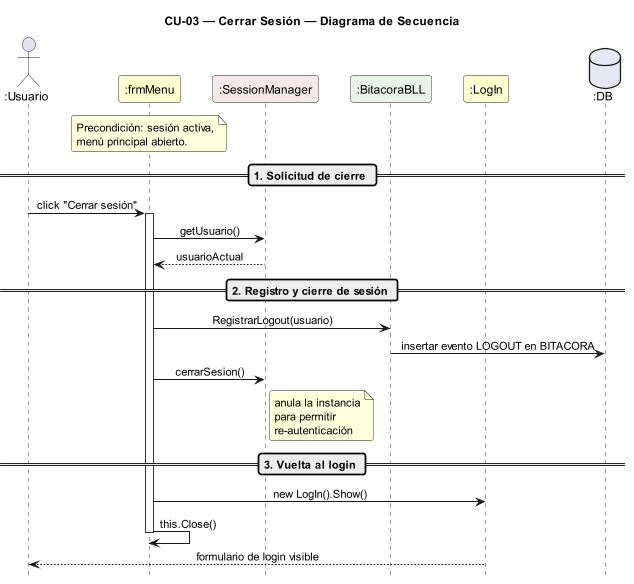
The PlantUML diagram DIAGRAMAS/DiagramaSecuencia_CU03_CerrarSesion.png in Urrels/ingenieria_software, before a commit. The source it was exported from:
```plantuml
@startuml DiagramaSecuencia_CU03_CerrarSesion

title CU-03 — Cerrar Sesión — Diagrama de Secuencia

skinparam shadowing false
skinparam roundcorner 6
skinparam sequenceArrowThickness 1.2
skinparam ParticipantPadding 14
skinparam sequenceMessageAlign center
hide footbox
scale 0.85

actor       ":Usuario"        as U
participant ":frmMenu"        as FM #FEFECE
participant ":SessionManager" as SM #F4E8E8
participant ":BitacoraBLL"    as BB #E8F4E8
participant ":LogIn"          as L  #FEFECE
database    ":DB"             as DB #E8E8F4

note over FM
  Precondición: sesión activa,
  menú principal abierto.
end note

== 1. Solicitud de cierre ==

U -> FM : click "Cerrar sesión"
activate FM

FM -> SM : getUsuario()
SM --> FM : usuarioActual

== 2. Registro y cierre de sesión ==

FM -> BB : RegistrarLogout(usuario)
BB -> DB : insertar evento LOGOUT en BITACORA

FM -> SM : cerrarSesion()
note right of SM
  anula la instancia
  para permitir
  re-autenticación
end note

== 3. Vuelta al login ==

FM -> L : new LogIn().Show()
FM -> FM : this.Close()
deactivate FM

L --> U : formulario de login visible

@enduml
```
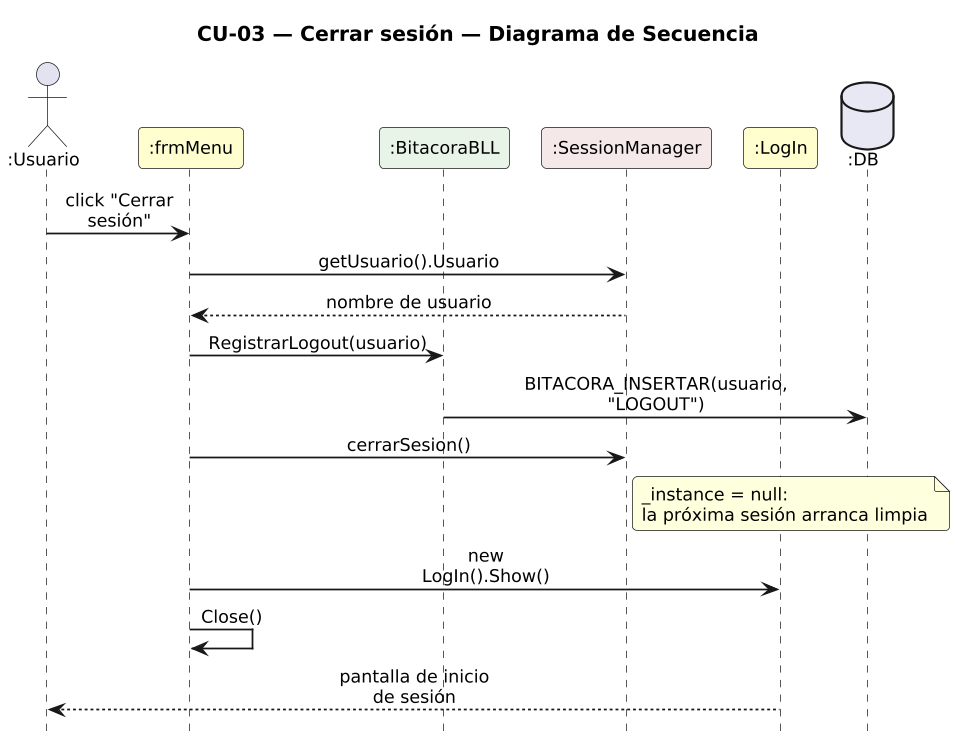
After the change.

Diff of the diagram source:
```diff
@@ -1,53 +1,34 @@
 @startuml DiagramaSecuencia_CU03_CerrarSesion
 
-title CU-03 — Cerrar Sesión — Diagrama de Secuencia
+title CU-03 — Cerrar sesión — Diagrama de Secuencia
 
 skinparam shadowing false
 skinparam roundcorner 6
 skinparam sequenceArrowThickness 1.2
-skinparam ParticipantPadding 14
+skinparam ParticipantPadding 6
+skinparam BoxPadding 4
+skinparam maxMessageSize 115
 skinparam sequenceMessageAlign center
+skinparam defaultFontSize 12
+skinparam dpi 140
 hide footbox
-scale 0.85
 
-actor       ":Usuario"        as U
-participant ":frmMenu"        as FM #FEFECE
-participant ":SessionManager" as SM #F4E8E8
-participant ":BitacoraBLL"    as BB #E8F4E8
-participant ":LogIn"          as L  #FEFECE
-database    ":DB"             as DB #E8E8F4
+actor ":Usuario" as U
+participant ":frmMenu" as M #FEFECE
+participant ":BitacoraBLL" as B #E8F4E8
+participant ":SessionManager" as S #F4E8E8
+participant ":LogIn" as L #FEFECE
+database ":DB" as DB #E8E8F4
 
-note over FM
-  Precondición: sesión activa,
-  menú principal abierto.
-end note
-
-== 1. Solicitud de cierre ==
-
-U -> FM : click "Cerrar sesión"
-activate FM
-
-FM -> SM : getUsuario()
-SM --> FM : usuarioActual
-
-== 2. Registro y cierre de sesión ==
-
-FM -> BB : RegistrarLogout(usuario)
-BB -> DB : insertar evento LOGOUT en BITACORA
-
-FM -> SM : cerrarSesion()
-note right of SM
-  anula la instancia
-  para permitir
-  re-autenticación
-end note
-
-== 3. Vuelta al login ==
-
-FM -> L : new LogIn().Show()
-FM -> FM : this.Close()
-deactivate FM
-
-L --> U : formulario de login visible
+U -> M : click "Cerrar sesión"
+M -> S : getUsuario().Usuario
+S --> M : nombre de usuario
+M -> B : RegistrarLogout(usuario)
+B -> DB : BITACORA_INSERTAR(usuario, "LOGOUT")
+M -> S : cerrarSesion()
+note right of S : _instance = null:\nla próxima sesión arranca limpia
+M -> L : new LogIn().Show()
+M -> M : Close()
+L --> U : pantalla de inicio de sesión
 
 @enduml
```
